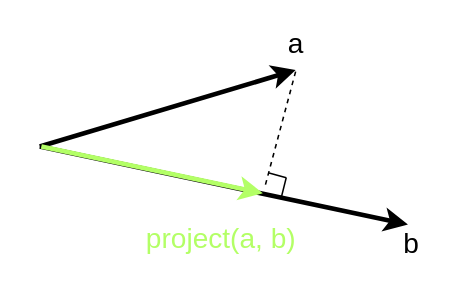
jimy-byerley/pymadcad keeps this draw.io diagram as page "project" (3 of 20) of docs/schemes/mathutils.drawio. Above is the earlier version. Source tidied: cells renumbered, new cells numbered last; positions are measured from the earlier drawing's top-left corner, leaving out a move shared by most shapes. Both pictures are drawn from the tidied source at 156%, with x=0, y=0 at pixel (39, 69).
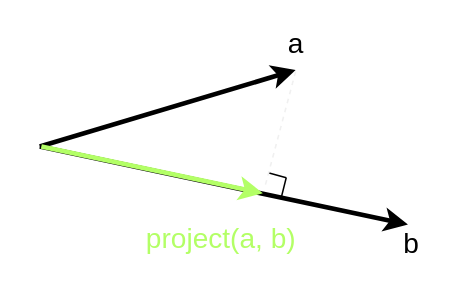
Above is the later version.

What changed in the source:
```diff
@@
 <mxGraphModel>
   <root>
     <mxCell id="0" />
     <mxCell id="1" parent="0" />
     <mxCell id="2" style="endArrow=classic;html=1;strokeWidth=3;" parent="1" edge="1">
       <mxGeometry relative="1" as="geometry">
         <mxPoint y="49.4" as="sourcePoint" />
         <mxPoint x="236" y="99.4" as="targetPoint" />
       </mxGeometry>
     </mxCell>
     <mxCell id="3" value="b" style="edgeLabel;html=1;align=center;verticalAlign=middle;fontSize=18;labelBackgroundColor=none;" parent="2" vertex="1">
       <mxGeometry x="0.38" relative="1" as="geometry">
         <mxPoint x="75" y="28" as="offset" />
       </mxGeometry>
     </mxCell>
     <mxCell id="4" style="endArrow=classic;html=1;strokeWidth=3;" parent="1" edge="1">
       <mxGeometry relative="1" as="geometry">
         <mxPoint y="49.4" as="sourcePoint" />
         <mxPoint x="164" y="0.4" as="targetPoint" />
       </mxGeometry>
     </mxCell>
     <mxCell id="5" value="a" style="edgeLabel;html=1;align=center;verticalAlign=middle;fontSize=18;labelBackgroundColor=none;" parent="4" vertex="1">
       <mxGeometry x="0.48" y="-1" relative="1" as="geometry">
         <mxPoint x="42" y="-31" as="offset" />
       </mxGeometry>
     </mxCell>
     <mxCell id="6" style="endArrow=none;html=1;" parent="1" edge="1">
       <mxGeometry relative="1" as="geometry">
         <mxPoint x="147" y="66.4" as="sourcePoint" />
         <mxPoint x="158" y="69.4" as="targetPoint" />
       </mxGeometry>
     </mxCell>
-    <mxCell id="7" style="endArrow=none;html=1;dashed=1;" parent="1" edge="1">
+    <mxCell id="7" style="endArrow=none;html=1;dashed=1;strokeColor=#F0F0F0;" parent="1" edge="1">
       <mxGeometry relative="1" as="geometry">
         <mxPoint x="164" y="1.4" as="sourcePoint" />
         <mxPoint x="144" y="76.4" as="targetPoint" />
       </mxGeometry>
     </mxCell>
     <mxCell id="8" style="endArrow=none;html=1;" parent="1" edge="1">
       <mxGeometry relative="1" as="geometry">
         <mxPoint x="158" y="69.4" as="sourcePoint" />
         <mxPoint x="155" y="81.4" as="targetPoint" />
       </mxGeometry>
     </mxCell>
     <mxCell id="9" style="endArrow=classic;html=1;strokeWidth=3;strokeColor=#B3FF66;" parent="1" edge="1">
       <mxGeometry relative="1" as="geometry">
         <mxPoint x="1" y="49.4" as="sourcePoint" />
         <mxPoint x="143" y="79.4" as="targetPoint" />
       </mxGeometry>
     </mxCell>
     <mxCell id="10" value="project(a, b)" style="edgeLabel;html=1;align=center;verticalAlign=middle;fontSize=18;labelBackgroundColor=none;fontColor=#B3FF66;" parent="9" vertex="1">
       <mxGeometry x="0.38" relative="1" as="geometry">
         <mxPoint x="17" y="38" as="offset" />
       </mxGeometry>
     </mxCell>
   </root>
 </mxGraphModel>
```
